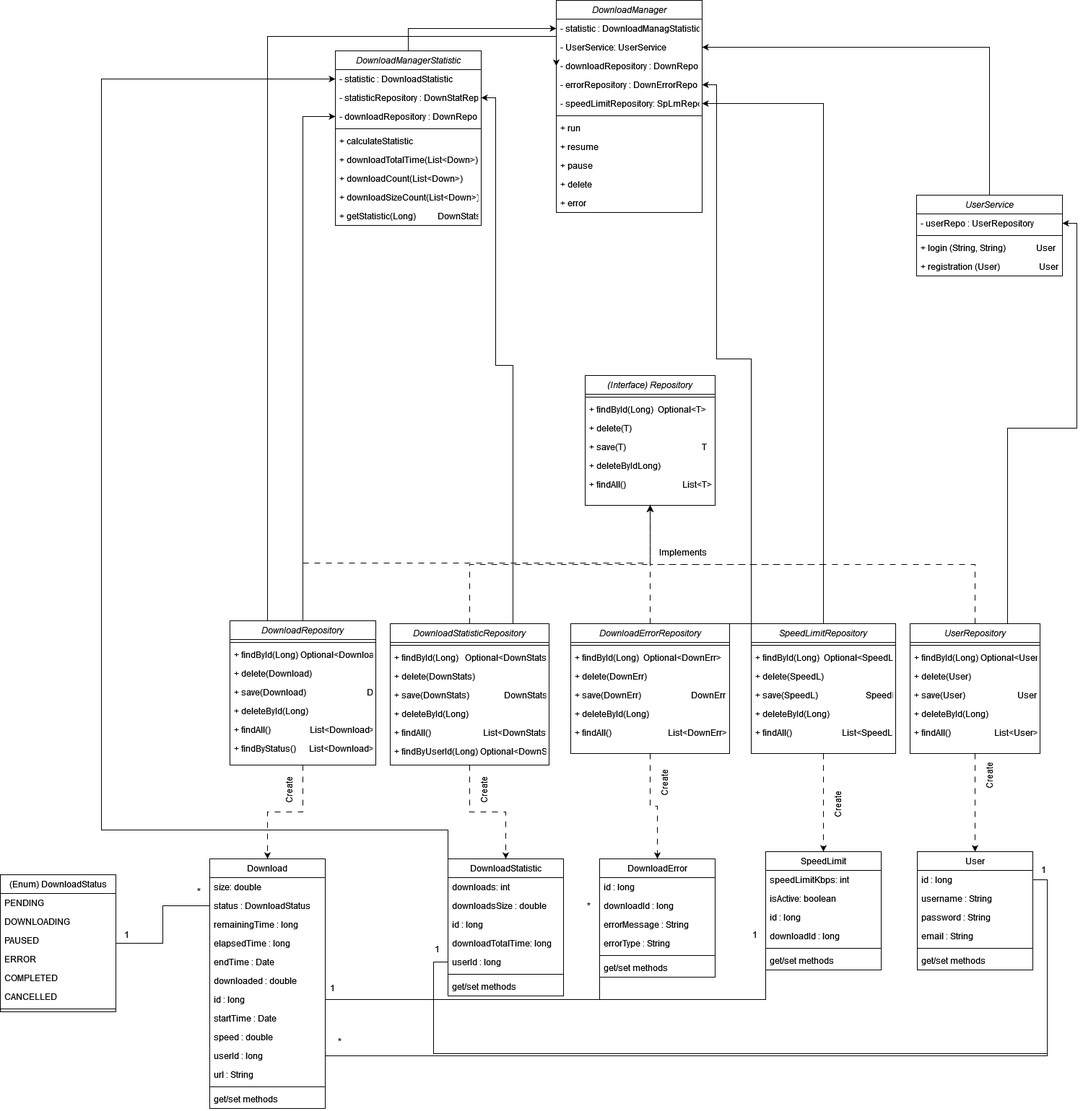
This is Lab2/Діаграма класів.drawio.png from feexq/TRPZ, a draw.io export, as it was before one commit. Source tidied: cells renumbered, new cells last; positions are measured from the earlier drawing's top-left corner, leaving out a move shared by most shapes.
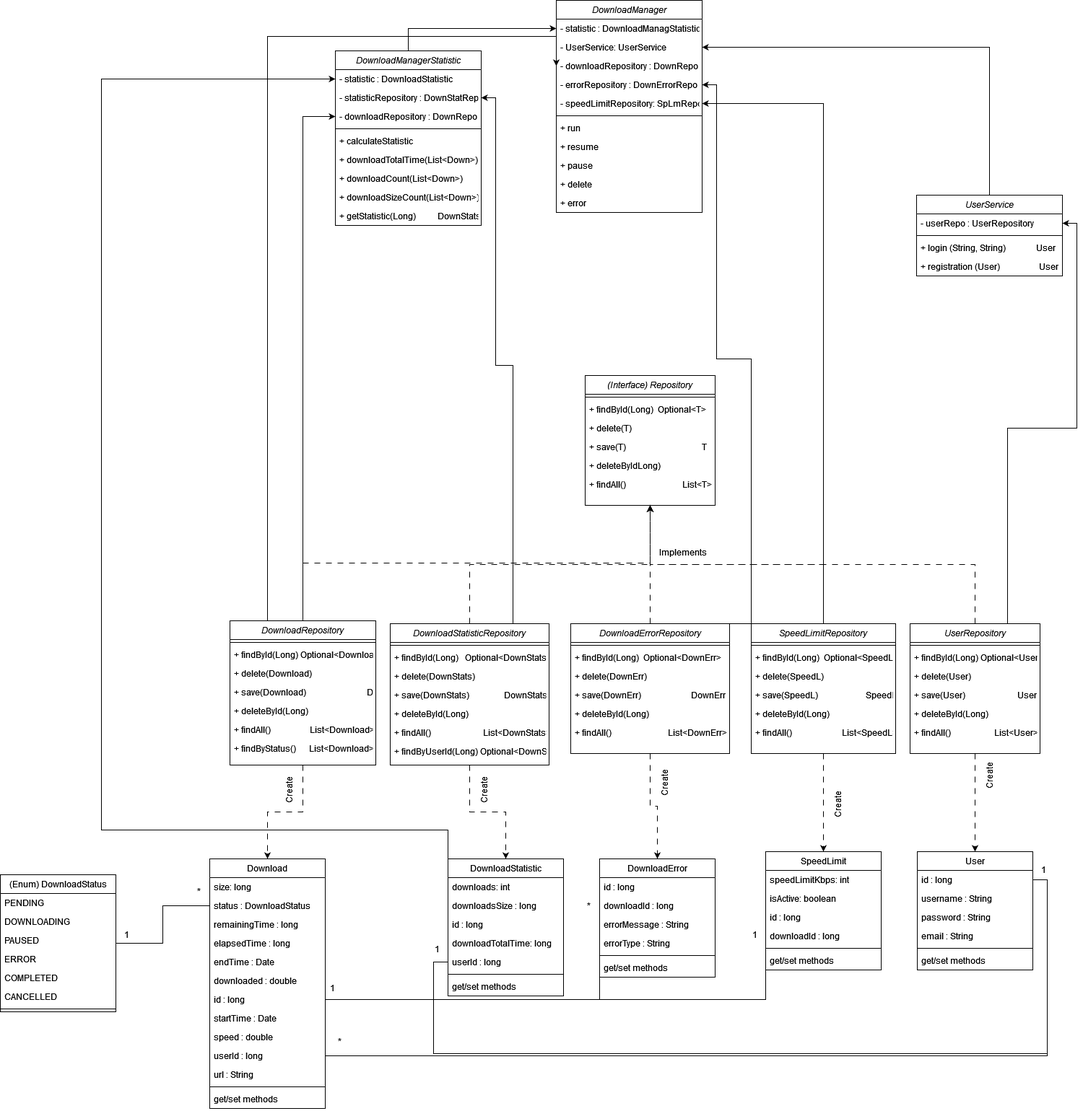
After the change.

What changed in the source:
```diff
@@ -229,7 +229,7 @@
     <mxCell id="70" value="Download" style="swimlane;fontStyle=0;align=center;verticalAlign=top;horizontal=1;startSize=26;rounded=0;shadow=0;strokeWidth=1;" parent="1" vertex="1">
       <mxGeometry x="290" y="1190" width="160" height="346" as="geometry" />
     </mxCell>
-    <mxCell id="71" value="size: double" style="text;align=left;verticalAlign=top;spacingLeft=4;spacingRight=4;overflow=hidden;" parent="70" vertex="1">
+    <mxCell id="71" value="size: long" style="text;align=left;verticalAlign=top;spacingLeft=4;spacingRight=4;overflow=hidden;" parent="70" vertex="1">
       <mxGeometry y="26" width="160" height="26" as="geometry" />
     </mxCell>
     <mxCell id="72" value="status : DownloadStatus" style="text;align=left;verticalAlign=top;spacingLeft=4;spacingRight=4;overflow=hidden;points=[[0,0.5],[1,0.5]];portConstraint=eastwest;rounded=0;shadow=0;html=0;" parent="70" vertex="1">
@@ -283,7 +283,7 @@
     <mxCell id="86" value="downloads: int" style="text;align=left;verticalAlign=top;spacingLeft=4;spacingRight=4;overflow=hidden;" parent="85" vertex="1">
       <mxGeometry y="26" width="160" height="26" as="geometry" />
     </mxCell>
-    <mxCell id="87" value="downloadsSize : double" style="text;align=left;verticalAlign=top;spacingLeft=4;spacingRight=4;overflow=hidden;rounded=0;shadow=0;html=0;" parent="85" vertex="1">
+    <mxCell id="87" value="downloadsSize : long" style="text;align=left;verticalAlign=top;spacingLeft=4;spacingRight=4;overflow=hidden;rounded=0;shadow=0;html=0;" parent="85" vertex="1">
       <mxGeometry y="52" width="160" height="26" as="geometry" />
     </mxCell>
     <mxCell id="88" value="id : long" style="text;align=left;verticalAlign=top;spacingLeft=4;spacingRight=4;overflow=hidden;rounded=0;shadow=0;html=0;" parent="85" vertex="1">
```
